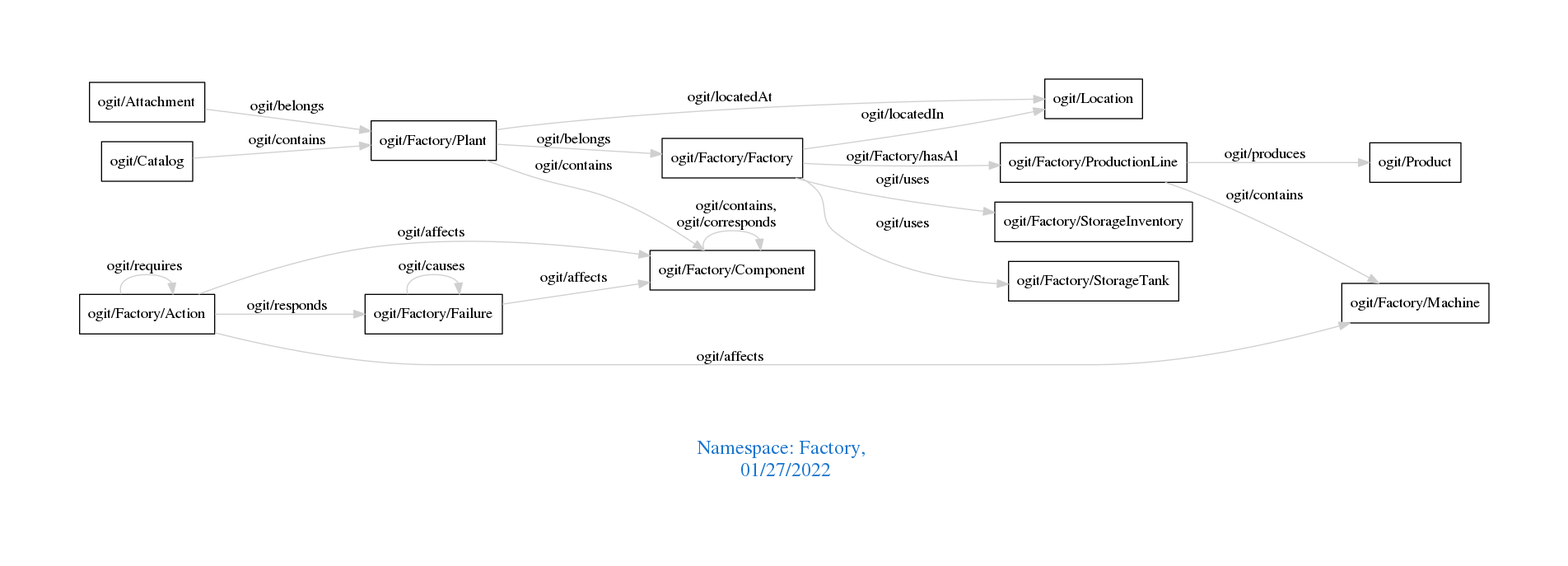
arago/OGIT keeps this Graphviz diagram as downloads/Factory.png. Above is the earlier version. Its source is kept beside it as downloads/Factory.dot.
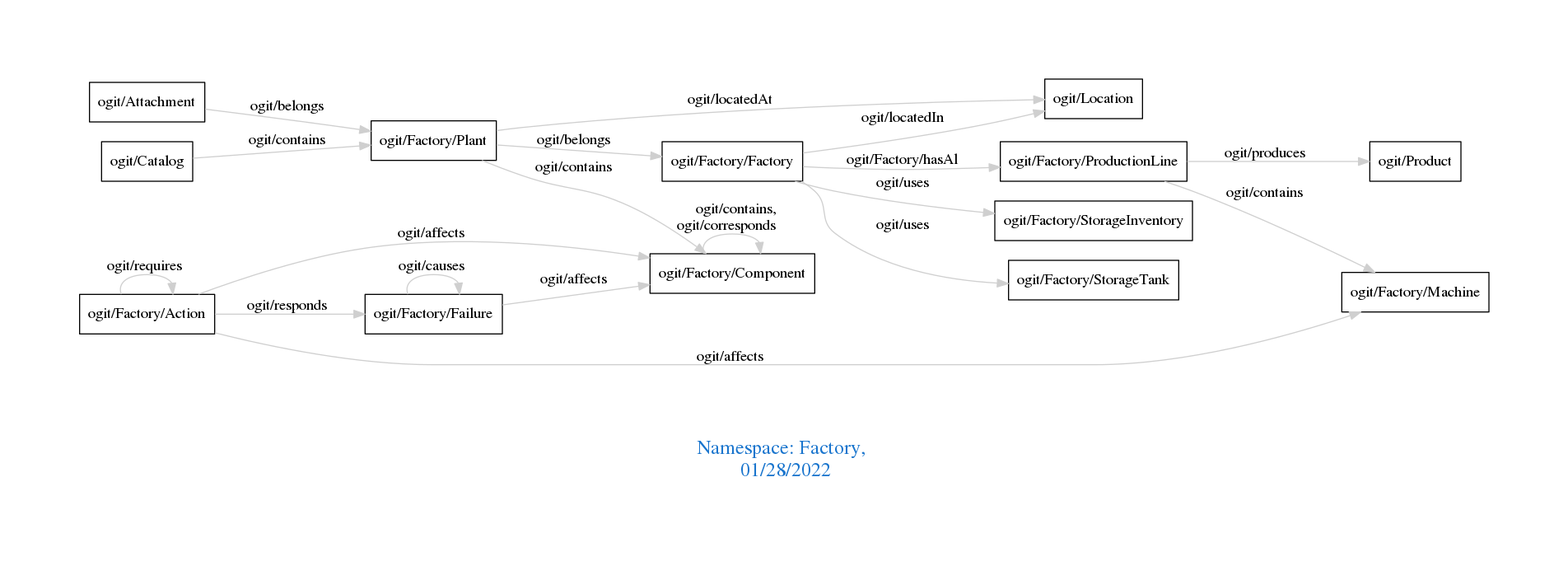
After the commit.

The edit, as a diff of the source:
```diff
@@ -1,12 +1,12 @@
 digraph OGIT_ontology {
  graph [ rankdir= LR,pad=1
 fontsize = 18,
-fontcolor= dodgerblue3,label = "\n\n\nNamespace: Factory, \n 01/27/2022"];
+fontcolor= dodgerblue3,label = "\n\n\nNamespace: Factory, \n 01/28/2022"];
 node[shape=polygon];
 edge [  color="gray81"];
 
+   "ogit/Factory/Plant" -> "ogit/Factory/Component" [label="   ogit/contains    "];
    "ogit/Factory/ProductionLine" -> "ogit/Factory/Machine" [label="   ogit/contains    "];
-   "ogit/Factory/Plant" -> "ogit/Factory/Component" [label="   ogit/contains    "];
    "ogit/Catalog" -> "ogit/Factory/Plant" [label="   ogit/contains    "];
    "ogit/Factory/Factory" -> "ogit/Factory/ProductionLine" [label="   ogit/Factory/hasAl    "];
    "ogit/Factory/Plant" -> "ogit/Location" [label="   ogit/locatedAt    "];
```
